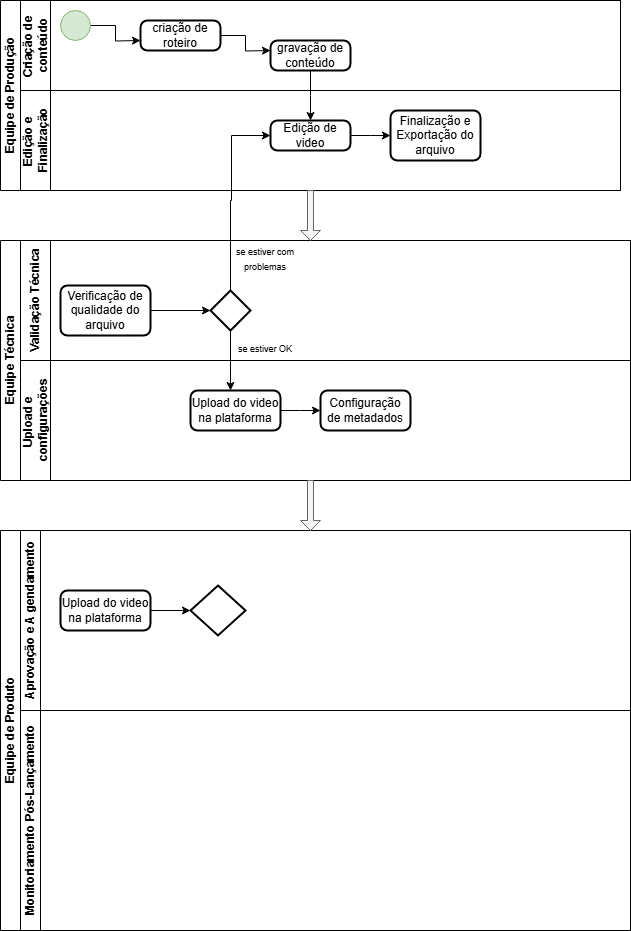
The draw.io diagram Diagrama 2.0.drawio.png in Andynlx01/fluxograma.aprensa-o, before a commit. Source tidied: cells renumbered, new cells last; positions are measured from the earlier drawing's top-left corner, leaving out a move shared by most shapes.
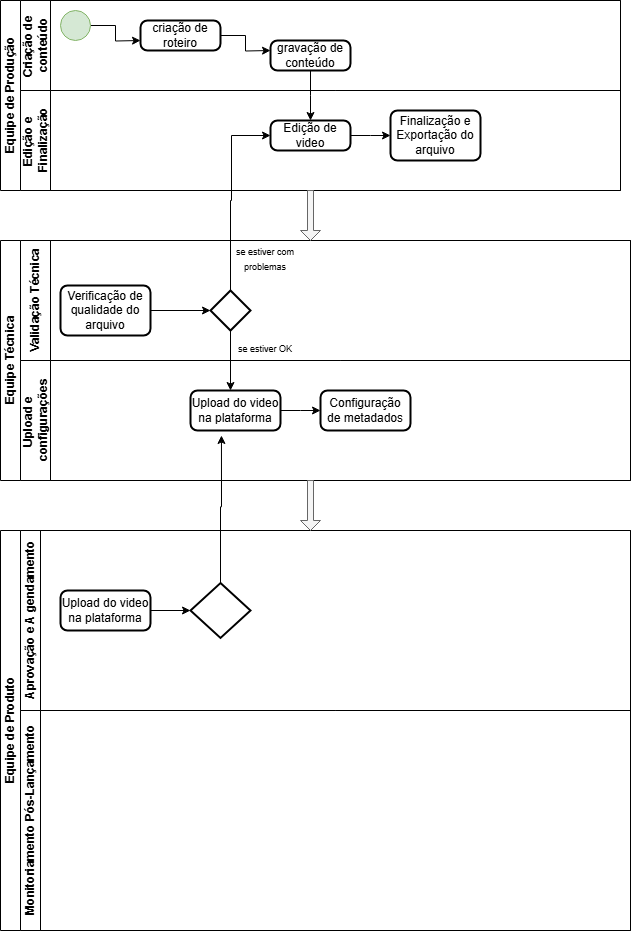
Above is the later version.

Change to the diagram source:
```diff
@@ -96,7 +96,7 @@
       <mxGeometry x="40" y="60" width="90" height="40" as="geometry" />
     </mxCell>
     <mxCell id="29" style="strokeWidth=2;html=1;shape=mxgraph.flowchart.decision;whiteSpace=wrap;" parent="27" vertex="1">
-      <mxGeometry x="170" y="55" width="55" height="50" as="geometry" />
+      <mxGeometry x="170" y="52.5" width="60" height="55" as="geometry" />
     </mxCell>
     <mxCell id="30" style="edgeStyle=orthogonalEdgeStyle;rounded=0;jettySize=auto;html=1;" parent="27" edge="1" source="28" target="29">
       <mxGeometry relative="1" as="geometry" />
@@ -119,5 +119,8 @@
     <mxCell id="34" style="shape=singleArrow;direction=south;whiteSpace=wrap;html=1;fillColor=#f5f5f5;fontColor=#333333;strokeColor=#666666;" parent="1" vertex="1">
       <mxGeometry x="300" y="480" width="20" height="50" as="geometry" />
     </mxCell>
+    <mxCell id="35" style="edgeStyle=orthogonalEdgeStyle;rounded=0;jettySize=auto;html=1;entryX=0.344;entryY=1.125;entryDx=0;entryDy=0;entryPerimeter=0;" parent="1" edge="1" source="29" target="24">
+      <mxGeometry relative="1" as="geometry" />
+    </mxCell>
   </root>
 </mxGraphModel>
```
